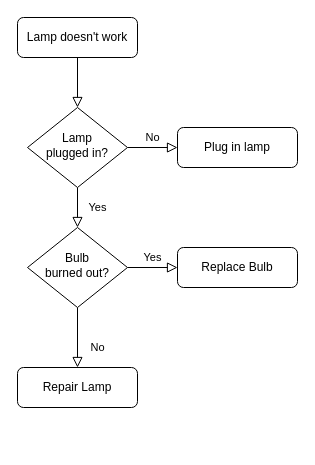
Earlier version of the draw.io diagram Untitled1 Diagram.drawio (leiting6/diagrams). Source tidied: cells renumbered, new cells numbered last; positions are measured from the earlier drawing's top-left corner, leaving out a move shared by most shapes. Both pictures are drawn from the tidied source at 100%, with x=0, y=0 at pixel (17, 17).
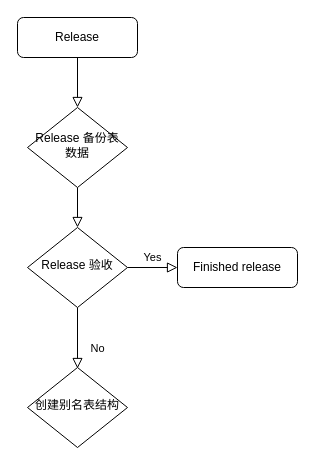
Above is the later version.

Diff of the diagram source:
```diff
@@
 <mxGraphModel>
   <root>
     <mxCell id="0" />
     <mxCell id="1" parent="0" />
     <mxCell id="2" style="rounded=0;html=1;jettySize=auto;fontSize=11;endArrow=block;endFill=0;endSize=8;strokeWidth=1;shadow=0;labelBackgroundColor=none;edgeStyle=orthogonalEdgeStyle;" parent="1" edge="1" source="3" target="6">
       <mxGeometry relative="1" as="geometry" />
     </mxCell>
-    <mxCell id="3" value="Lamp doesn't work" style="rounded=1;whiteSpace=wrap;html=1;fontSize=12;glass=0;strokeWidth=1;shadow=0;" parent="1" vertex="1">
+    <mxCell id="3" value="Release" style="rounded=1;whiteSpace=wrap;html=1;fontSize=12;glass=0;strokeWidth=1;shadow=0;" parent="1" vertex="1">
       <mxGeometry width="120" height="40" as="geometry" />
     </mxCell>
-    <mxCell id="4" value="Yes" style="rounded=0;html=1;jettySize=auto;fontSize=11;endArrow=block;endFill=0;endSize=8;strokeWidth=1;shadow=0;labelBackgroundColor=none;edgeStyle=orthogonalEdgeStyle;" parent="1" edge="1" source="6" target="10">
+    <mxCell id="4" style="rounded=0;html=1;jettySize=auto;fontSize=11;endArrow=block;endFill=0;endSize=8;strokeWidth=1;shadow=0;labelBackgroundColor=none;edgeStyle=orthogonalEdgeStyle;" parent="1" edge="1" source="6" target="10">
       <mxGeometry y="20" relative="1" as="geometry" />
     </mxCell>
-    <mxCell id="5" value="No" style="edgeStyle=orthogonalEdgeStyle;rounded=0;html=1;jettySize=auto;fontSize=11;endArrow=block;endFill=0;endSize=8;strokeWidth=1;shadow=0;labelBackgroundColor=none;" parent="1" edge="1" source="6" target="7">
-      <mxGeometry y="10" relative="1" as="geometry" />
-    </mxCell>
-    <mxCell id="6" value="Lamp&lt;br&gt;plugged in?" style="rhombus;whiteSpace=wrap;html=1;shadow=0;fontFamily=Helvetica;fontSize=12;align=center;strokeWidth=1;spacing=6;spacingTop=-4;" parent="1" vertex="1">
+    <mxCell id="6" value="Release 备份表数据" style="rhombus;whiteSpace=wrap;html=1;shadow=0;fontFamily=Helvetica;fontSize=12;align=center;strokeWidth=1;spacing=6;spacingTop=-4;" parent="1" vertex="1">
       <mxGeometry x="10" y="90" width="100" height="80" as="geometry" />
     </mxCell>
-    <mxCell id="7" value="Plug in lamp" style="rounded=1;whiteSpace=wrap;html=1;fontSize=12;glass=0;strokeWidth=1;shadow=0;" parent="1" vertex="1">
-      <mxGeometry x="160" y="110" width="120" height="40" as="geometry" />
-    </mxCell>
-    <mxCell id="8" value="No" style="rounded=0;html=1;jettySize=auto;fontSize=11;endArrow=block;endFill=0;endSize=8;strokeWidth=1;shadow=0;labelBackgroundColor=none;edgeStyle=orthogonalEdgeStyle;" parent="1" edge="1" source="10" target="11">
-      <mxGeometry x="0.33" y="20" relative="1" as="geometry" />
+    <mxCell id="8" value="No" style="rounded=0;html=1;jettySize=auto;fontSize=11;endArrow=block;endFill=0;endSize=8;strokeWidth=1;shadow=0;labelBackgroundColor=none;edgeStyle=orthogonalEdgeStyle;" parent="1" edge="1" source="10">
+      <mxGeometry x="0.33" y="20" relative="1" as="geometry">
+        <mxPoint x="60" y="351" as="targetPoint" />
+      </mxGeometry>
     </mxCell>
     <mxCell id="9" value="Yes" style="edgeStyle=orthogonalEdgeStyle;rounded=0;html=1;jettySize=auto;fontSize=11;endArrow=block;endFill=0;endSize=8;strokeWidth=1;shadow=0;labelBackgroundColor=none;" parent="1" edge="1" source="10" target="12">
       <mxGeometry y="10" relative="1" as="geometry" />
     </mxCell>
-    <mxCell id="10" value="Bulb&lt;br&gt;burned out?" style="rhombus;whiteSpace=wrap;html=1;shadow=0;fontFamily=Helvetica;fontSize=12;align=center;strokeWidth=1;spacing=6;spacingTop=-4;" parent="1" vertex="1">
+    <mxCell id="10" value="Release 验收" style="rhombus;whiteSpace=wrap;html=1;shadow=0;fontFamily=Helvetica;fontSize=12;align=center;strokeWidth=1;spacing=6;spacingTop=-4;" parent="1" vertex="1">
       <mxGeometry x="10" y="210" width="100" height="80" as="geometry" />
     </mxCell>
-    <mxCell id="11" value="Repair Lamp" style="rounded=1;whiteSpace=wrap;html=1;fontSize=12;glass=0;strokeWidth=1;shadow=0;" parent="1" vertex="1">
-      <mxGeometry y="350" width="120" height="40" as="geometry" />
-    </mxCell>
-    <mxCell id="12" value="Replace Bulb" style="rounded=1;whiteSpace=wrap;html=1;fontSize=12;glass=0;strokeWidth=1;shadow=0;" parent="1" vertex="1">
+    <mxCell id="12" value="Finished release" style="rounded=1;whiteSpace=wrap;html=1;fontSize=12;glass=0;strokeWidth=1;shadow=0;" parent="1" vertex="1">
       <mxGeometry x="160" y="230" width="120" height="40" as="geometry" />
     </mxCell>
+    <mxCell id="13" value="创建别名表结构" style="rhombus;whiteSpace=wrap;html=1;shadow=0;fontFamily=Helvetica;fontSize=12;align=center;strokeWidth=1;spacing=6;spacingTop=-4;" parent="1" vertex="1">
+      <mxGeometry x="10" y="350" width="100" height="80" as="geometry" />
+    </mxCell>
   </root>
 </mxGraphModel>
```
